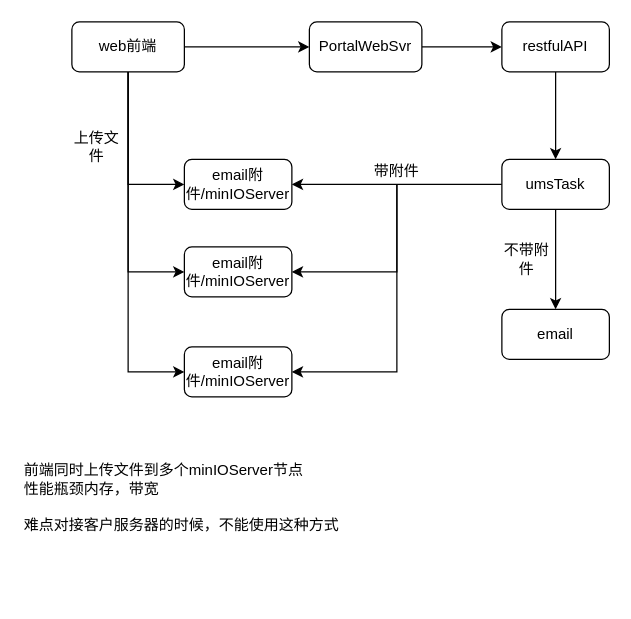
carrot369/- keeps this draw.io diagram as 邮件附件.drawio. Above is the earlier version. Source tidied: cells renumbered, new cells numbered last; positions are measured from the earlier drawing's top-left corner, leaving out a move shared by most shapes. Both pictures are drawn from the tidied source at 125%, with x=0, y=0 at pixel (21, 21).
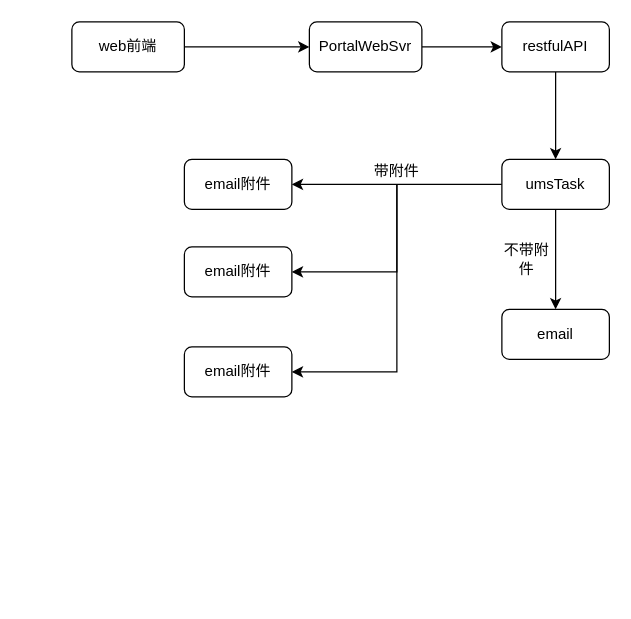
The same page after the edit.

Commit message:
更新邮件附件.drawio

Unchanged cells that the change refers to:
```xml
<mxCell id="6" value="web前端" style="rounded=1;whiteSpace=wrap;html=1;fontSize=12;glass=0;strokeWidth=1;shadow=0;" parent="1" vertex="1">
  <mxGeometry x="40" width="90" height="40" as="geometry" />
</mxCell>
```

Change to the diagram source:
```diff
@@
-    <mxCell id="3" style="edgeStyle=orthogonalEdgeStyle;rounded=0;jettySize=auto;html=1;entryX=0;entryY=0.5;entryDx=0;entryDy=0;" parent="1" edge="1" source="6" target="16">
-      <mxGeometry relative="1" as="geometry" />
-    </mxCell>
-    <mxCell id="4" style="edgeStyle=orthogonalEdgeStyle;rounded=0;jettySize=auto;html=1;entryX=0;entryY=0.5;entryDx=0;entryDy=0;" parent="1" edge="1" source="6" target="20">
-      <mxGeometry relative="1" as="geometry" />
-    </mxCell>
-    <mxCell id="5" style="edgeStyle=orthogonalEdgeStyle;rounded=0;jettySize=auto;html=1;entryX=0;entryY=0.5;entryDx=0;entryDy=0;" parent="1" edge="1" source="6" target="21">
-      <mxGeometry relative="1" as="geometry" />
-    </mxCell>
@@
-    <mxCell id="16" value="email附件/minIOServer" style="rounded=1;whiteSpace=wrap;html=1;fontSize=12;glass=0;strokeWidth=1;shadow=0;" parent="1" vertex="1">
+    <mxCell id="16" value="email附件" style="rounded=1;whiteSpace=wrap;html=1;fontSize=12;glass=0;strokeWidth=1;shadow=0;" parent="1" vertex="1">
       <mxGeometry x="130" y="110" width="86" height="40" as="geometry" />
     </mxCell>
@@
-    <mxCell id="20" value="email附件/minIOServer" style="rounded=1;whiteSpace=wrap;html=1;fontSize=12;glass=0;strokeWidth=1;shadow=0;" parent="1" vertex="1">
+    <mxCell id="20" value="email附件" style="rounded=1;whiteSpace=wrap;html=1;fontSize=12;glass=0;strokeWidth=1;shadow=0;" parent="1" vertex="1">
       <mxGeometry x="130" y="180" width="86" height="40" as="geometry" />
     </mxCell>
-    <mxCell id="21" value="email附件/minIOServer" style="rounded=1;whiteSpace=wrap;html=1;fontSize=12;glass=0;strokeWidth=1;shadow=0;" parent="1" vertex="1">
+    <mxCell id="21" value="email附件" style="rounded=1;whiteSpace=wrap;html=1;fontSize=12;glass=0;strokeWidth=1;shadow=0;" parent="1" vertex="1">
       <mxGeometry x="130" y="260" width="86" height="40" as="geometry" />
     </mxCell>
-    <mxCell id="22" value="上传文件" style="text;html=1;strokeColor=none;fillColor=none;align=center;verticalAlign=middle;whiteSpace=wrap;rounded=0;" parent="1" vertex="1">
-      <mxGeometry x="40" y="90" width="40" height="20" as="geometry" />
-    </mxCell>
-    <mxCell id="23" value="前端同时上传文件到多个minIOServer节点&lt;br&gt;性能瓶颈内存，带宽&lt;br&gt;&lt;br&gt;难点对接客户服务器的时候，不能使用这种方式&lt;br&gt;&lt;br&gt;&lt;br&gt;" style="text;html=1;strokeColor=none;fillColor=none;align=left;verticalAlign=middle;whiteSpace=wrap;rounded=0;" parent="1" vertex="1">
-      <mxGeometry y="330" width="260" height="130" as="geometry" />
-    </mxCell>
```
